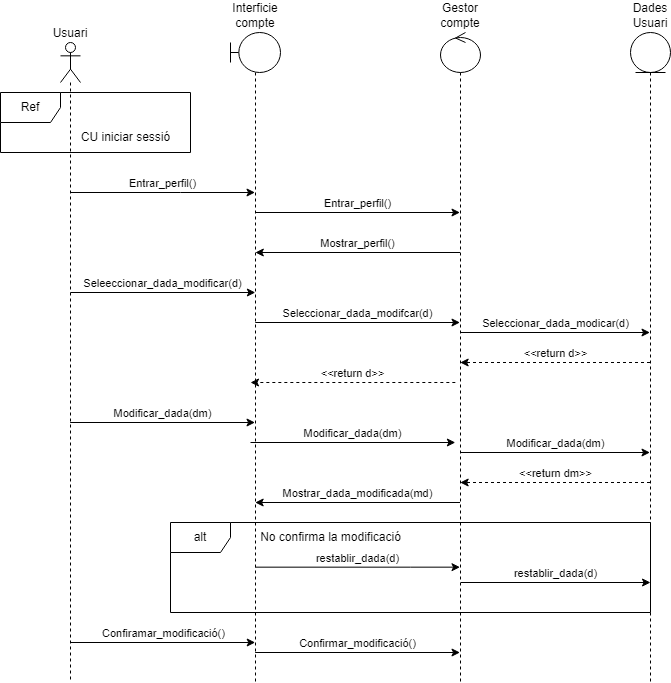
NotAlax/ES23UAB411-06 keeps this draw.io diagram as diagrames de seqüència/modifcar compte.png. Above is the earlier version. Source tidied: cells renumbered, new cells last; positions are measured from the earlier drawing's top-left corner, leaving out a move shared by most shapes. The source it was exported from:
```xml
<mxGraphModel>
  <root>
    <mxCell id="0" />
    <mxCell id="1" parent="0" />
    <mxCell id="2" value="Entrar_perfil()" style="edgeStyle=orthogonalEdgeStyle;rounded=0;jettySize=auto;html=1;curved=0;labelPosition=center;verticalLabelPosition=top;align=center;verticalAlign=bottom;" parent="1" edge="1" source="6" target="12">
      <mxGeometry relative="1" as="geometry">
        <Array as="points">
          <mxPoint x="180" y="160" />
          <mxPoint x="180" y="160" />
        </Array>
      </mxGeometry>
    </mxCell>
    <mxCell id="3" value="Seleeccionar_dada_modificar(d)" style="edgeStyle=orthogonalEdgeStyle;rounded=0;orthogonalLoop=1;jettySize=auto;html=1;curved=0;labelPosition=center;verticalLabelPosition=top;align=center;verticalAlign=bottom;" parent="1" edge="1">
      <mxGeometry relative="1" as="geometry">
        <mxPoint x="70" y="260" as="sourcePoint" />
        <mxPoint x="254.8" y="260" as="targetPoint" />
      </mxGeometry>
    </mxCell>
    <mxCell id="4" value="Modificar_dada(dm)" style="edgeStyle=orthogonalEdgeStyle;rounded=0;orthogonalLoop=1;jettySize=auto;html=1;curved=0;verticalAlign=bottom;" parent="1" edge="1">
      <mxGeometry relative="1" as="geometry">
        <mxPoint x="69.7" y="390" as="sourcePoint" />
        <mxPoint x="254.5" y="390" as="targetPoint" />
      </mxGeometry>
    </mxCell>
    <mxCell id="5" value="Confiramar_modificació()" style="edgeStyle=orthogonalEdgeStyle;rounded=0;orthogonalLoop=1;jettySize=auto;html=1;curved=0;verticalAlign=bottom;" parent="1" edge="1">
      <mxGeometry relative="1" as="geometry">
        <mxPoint x="70" y="610" as="sourcePoint" />
        <mxPoint x="254.7" y="610" as="targetPoint" />
      </mxGeometry>
    </mxCell>
    <mxCell id="6" value="Usuari" style="shape=umlLifeline;perimeter=lifelinePerimeter;whiteSpace=wrap;html=1;outlineConnect=0;portConstraint=eastwest;newEdgeStyle={&quot;curved&quot;:0,&quot;rounded&quot;:0};participant=umlActor;verticalAlign=bottom;horizontal=1;labelPosition=center;verticalLabelPosition=top;align=center;" parent="1" vertex="1">
      <mxGeometry x="60" y="10" width="20" height="640" as="geometry" />
    </mxCell>
    <mxCell id="7" value="Entrar_perfil()" style="edgeStyle=orthogonalEdgeStyle;rounded=0;orthogonalLoop=1;jettySize=auto;html=1;curved=0;verticalAlign=bottom;labelPosition=center;verticalLabelPosition=top;align=center;" parent="1" edge="1">
      <mxGeometry relative="1" as="geometry">
        <mxPoint x="254.8" y="180" as="sourcePoint" />
        <mxPoint x="459.5" y="180" as="targetPoint" />
      </mxGeometry>
    </mxCell>
    <mxCell id="8" value="Seleccionar_dada_modifcar(d)" style="edgeStyle=orthogonalEdgeStyle;rounded=0;orthogonalLoop=1;jettySize=auto;html=1;curved=0;verticalAlign=bottom;" parent="1" edge="1">
      <mxGeometry relative="1" as="geometry">
        <mxPoint x="254.8" y="290" as="sourcePoint" />
        <mxPoint x="459.5" y="290" as="targetPoint" />
      </mxGeometry>
    </mxCell>
    <mxCell id="9" value="Modificar_dada(dm)" style="edgeStyle=orthogonalEdgeStyle;rounded=0;orthogonalLoop=1;jettySize=auto;html=1;curved=0;verticalAlign=bottom;" parent="1" edge="1">
      <mxGeometry relative="1" as="geometry">
        <mxPoint x="250" y="410" as="sourcePoint" />
        <mxPoint x="454.8" y="410" as="targetPoint" />
      </mxGeometry>
    </mxCell>
    <mxCell id="10" value="Confirmar_modificació()" style="edgeStyle=orthogonalEdgeStyle;rounded=0;orthogonalLoop=1;jettySize=auto;html=1;curved=0;verticalAlign=bottom;" parent="1" edge="1">
      <mxGeometry relative="1" as="geometry">
        <mxPoint x="254.7" y="620" as="sourcePoint" />
        <mxPoint x="459.5" y="620" as="targetPoint" />
      </mxGeometry>
    </mxCell>
    <mxCell id="11" value="restablir_dada(d)" style="edgeStyle=orthogonalEdgeStyle;rounded=0;orthogonalLoop=1;jettySize=auto;html=1;curved=0;verticalAlign=bottom;" parent="1" edge="1">
      <mxGeometry relative="1" as="geometry">
        <mxPoint x="254.8" y="534.7" as="sourcePoint" />
        <mxPoint x="459.5" y="534.7" as="targetPoint" />
        <Array as="points">
          <mxPoint x="410" y="534.7" />
          <mxPoint x="410" y="534.7" />
        </Array>
      </mxGeometry>
    </mxCell>
    <mxCell id="12" value="Interficie compte" style="shape=umlLifeline;perimeter=lifelinePerimeter;whiteSpace=wrap;html=1;outlineConnect=0;portConstraint=eastwest;newEdgeStyle={&quot;curved&quot;:0,&quot;rounded&quot;:0};participant=umlBoundary;verticalAlign=bottom;labelPosition=center;verticalLabelPosition=top;align=center;" parent="1" vertex="1">
      <mxGeometry x="230" width="50" height="650" as="geometry" />
    </mxCell>
    <mxCell id="13" value="&amp;lt;&amp;lt;return d&amp;gt;&amp;gt;" style="edgeStyle=orthogonalEdgeStyle;rounded=0;orthogonalLoop=1;jettySize=auto;html=1;curved=0;dashed=1;verticalAlign=bottom;" parent="1" edge="1">
      <mxGeometry relative="1" as="geometry">
        <mxPoint x="649.5" y="330" as="sourcePoint" />
        <mxPoint x="459.7" y="330" as="targetPoint" />
      </mxGeometry>
    </mxCell>
    <mxCell id="14" value="&amp;lt;&amp;lt;return dm&amp;gt;&amp;gt;" style="edgeStyle=orthogonalEdgeStyle;rounded=0;orthogonalLoop=1;jettySize=auto;html=1;curved=0;verticalAlign=bottom;dashed=1;" parent="1" edge="1">
      <mxGeometry relative="1" as="geometry">
        <mxPoint x="649.5" y="450" as="sourcePoint" />
        <mxPoint x="459.7" y="450" as="targetPoint" />
      </mxGeometry>
    </mxCell>
    <mxCell id="15" value="Dades Usuari" style="shape=umlLifeline;perimeter=lifelinePerimeter;whiteSpace=wrap;html=1;newEdgeStyle={&quot;curved&quot;:0,&quot;rounded&quot;:0};participant=umlEntity;labelPosition=center;verticalLabelPosition=top;align=center;verticalAlign=bottom;" parent="1" vertex="1">
      <mxGeometry x="630" width="40" height="650" as="geometry" />
    </mxCell>
    <mxCell id="16" value="Mostrar_perfil()" style="edgeStyle=orthogonalEdgeStyle;rounded=0;orthogonalLoop=1;jettySize=auto;html=1;curved=0;verticalAlign=bottom;" parent="1" edge="1">
      <mxGeometry relative="1" as="geometry">
        <mxPoint x="459.5" y="220" as="sourcePoint" />
        <mxPoint x="254.8" y="220" as="targetPoint" />
      </mxGeometry>
    </mxCell>
    <mxCell id="17" value="Seleccionar_dada_modicar(d)" style="edgeStyle=orthogonalEdgeStyle;rounded=0;orthogonalLoop=1;jettySize=auto;html=1;curved=0;verticalAlign=bottom;" parent="1" edge="1">
      <mxGeometry relative="1" as="geometry">
        <mxPoint x="459.7" y="300" as="sourcePoint" />
        <mxPoint x="649.5" y="300" as="targetPoint" />
      </mxGeometry>
    </mxCell>
    <mxCell id="18" value="&amp;lt;&amp;lt;return d&amp;gt;&amp;gt;" style="edgeStyle=orthogonalEdgeStyle;rounded=0;orthogonalLoop=1;jettySize=auto;html=1;curved=0;verticalAlign=bottom;dashed=1;" parent="1" edge="1">
      <mxGeometry relative="1" as="geometry">
        <mxPoint x="454.8" y="350" as="sourcePoint" />
        <mxPoint x="250" y="350" as="targetPoint" />
      </mxGeometry>
    </mxCell>
    <mxCell id="19" value="Modificar_dada(dm)" style="edgeStyle=orthogonalEdgeStyle;rounded=0;orthogonalLoop=1;jettySize=auto;html=1;curved=0;verticalAlign=bottom;" parent="1" edge="1">
      <mxGeometry relative="1" as="geometry">
        <mxPoint x="459.7" y="420" as="sourcePoint" />
        <mxPoint x="649.5" y="420" as="targetPoint" />
      </mxGeometry>
    </mxCell>
    <mxCell id="20" value="Mostrar_dada_modificada(md)" style="edgeStyle=orthogonalEdgeStyle;rounded=0;orthogonalLoop=1;jettySize=auto;html=1;curved=0;verticalAlign=bottom;" parent="1" edge="1">
      <mxGeometry relative="1" as="geometry">
        <mxPoint x="459.5" y="470" as="sourcePoint" />
        <mxPoint x="254.7" y="470" as="targetPoint" />
      </mxGeometry>
    </mxCell>
    <mxCell id="21" value="restablir_dada(d)" style="edgeStyle=orthogonalEdgeStyle;rounded=0;orthogonalLoop=1;jettySize=auto;html=1;curved=0;verticalAlign=bottom;" parent="1" edge="1">
      <mxGeometry relative="1" as="geometry">
        <mxPoint x="460.3" y="550" as="sourcePoint" />
        <mxPoint x="650" y="550" as="targetPoint" />
      </mxGeometry>
    </mxCell>
    <mxCell id="22" value="Gestor compte" style="shape=umlLifeline;perimeter=lifelinePerimeter;whiteSpace=wrap;html=1;newEdgeStyle={&quot;curved&quot;:0,&quot;rounded&quot;:0};participant=umlControl;labelPosition=center;verticalLabelPosition=top;align=center;verticalAlign=bottom;" parent="1" vertex="1">
      <mxGeometry x="440" width="40" height="650" as="geometry" />
    </mxCell>
    <mxCell id="23" value="Ref" style="shape=umlFrame;whiteSpace=wrap;html=1;" parent="1" vertex="1">
      <mxGeometry y="60" width="190" height="60" as="geometry" />
    </mxCell>
    <mxCell id="24" value="CU iniciar sessió" style="text;html=1;align=center;verticalAlign=middle;strokeColor=none;fillColor=none;" parent="1" vertex="1">
      <mxGeometry x="70" y="90" width="110" height="30" as="geometry" />
    </mxCell>
    <mxCell id="25" value="alt" style="shape=umlFrame;whiteSpace=wrap;html=1;" parent="1" vertex="1">
      <mxGeometry x="170" y="490" width="480" height="90" as="geometry" />
    </mxCell>
    <mxCell id="26" value="No confirma la modificació" style="text;html=1;align=center;verticalAlign=middle;strokeColor=none;fillColor=none;" parent="1" vertex="1">
      <mxGeometry x="250" y="490" width="160" height="30" as="geometry" />
    </mxCell>
  </root>
</mxGraphModel>
```
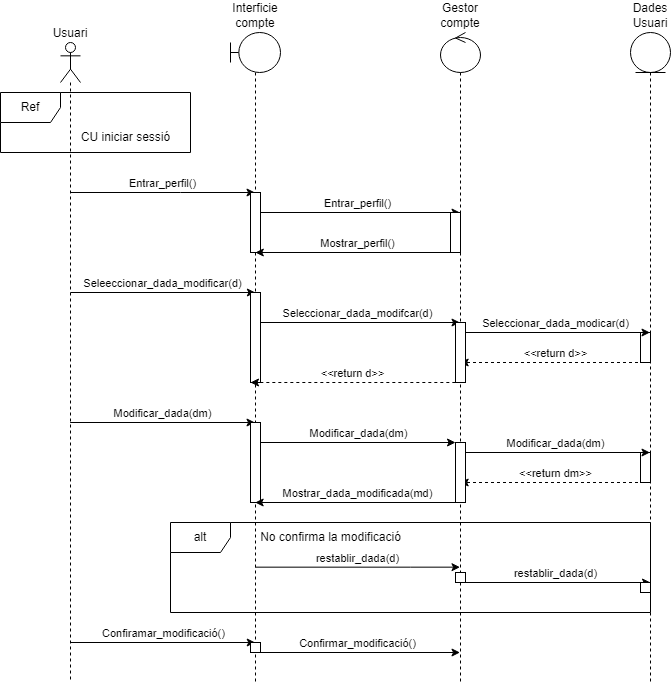
After the commit.

The edit, as a diff of the source:
```diff
@@ -45,8 +45,8 @@
     </mxCell>
     <mxCell id="9" value="Modificar_dada(dm)" style="edgeStyle=orthogonalEdgeStyle;rounded=0;orthogonalLoop=1;jettySize=auto;html=1;curved=0;verticalAlign=bottom;" parent="1" edge="1">
       <mxGeometry relative="1" as="geometry">
-        <mxPoint x="250" y="410" as="sourcePoint" />
-        <mxPoint x="454.8" y="410" as="targetPoint" />
+        <mxPoint x="260" y="410" as="sourcePoint" />
+        <mxPoint x="455" y="410" as="targetPoint" />
       </mxGeometry>
     </mxCell>
     <mxCell id="10" value="Confirmar_modificació()" style="edgeStyle=orthogonalEdgeStyle;rounded=0;orthogonalLoop=1;jettySize=auto;html=1;curved=0;verticalAlign=bottom;" parent="1" edge="1">
@@ -68,6 +68,18 @@
     <mxCell id="12" value="Interficie compte" style="shape=umlLifeline;perimeter=lifelinePerimeter;whiteSpace=wrap;html=1;outlineConnect=0;portConstraint=eastwest;newEdgeStyle={&quot;curved&quot;:0,&quot;rounded&quot;:0};participant=umlBoundary;verticalAlign=bottom;labelPosition=center;verticalLabelPosition=top;align=center;" parent="1" vertex="1">
       <mxGeometry x="230" width="50" height="650" as="geometry" />
     </mxCell>
+    <mxCell id="27" style="html=1;perimeter=orthogonalPerimeter;targetShapes=umlLifeline;newEdgeStyle={&quot;curved&quot;:0,&quot;rounded&quot;:0};" parent="12" vertex="1">
+      <mxGeometry x="20" y="160" width="10" height="60" as="geometry" />
+    </mxCell>
+    <mxCell id="28" style="html=1;perimeter=orthogonalPerimeter;targetShapes=umlLifeline;newEdgeStyle={&quot;curved&quot;:0,&quot;rounded&quot;:0};" parent="12" vertex="1">
+      <mxGeometry x="20" y="260" width="10" height="90" as="geometry" />
+    </mxCell>
+    <mxCell id="29" style="html=1;perimeter=orthogonalPerimeter;targetShapes=umlLifeline;newEdgeStyle={&quot;curved&quot;:0,&quot;rounded&quot;:0};" parent="12" vertex="1">
+      <mxGeometry x="20" y="390" width="10" height="80" as="geometry" />
+    </mxCell>
+    <mxCell id="30" style="html=1;perimeter=orthogonalPerimeter;targetShapes=umlLifeline;newEdgeStyle={&quot;curved&quot;:0,&quot;rounded&quot;:0};" parent="12" vertex="1">
+      <mxGeometry x="20" y="610" width="10" height="10" as="geometry" />
+    </mxCell>
     <mxCell id="13" value="&amp;lt;&amp;lt;return d&amp;gt;&amp;gt;" style="edgeStyle=orthogonalEdgeStyle;rounded=0;orthogonalLoop=1;jettySize=auto;html=1;curved=0;dashed=1;verticalAlign=bottom;" parent="1" edge="1">
       <mxGeometry relative="1" as="geometry">
         <mxPoint x="649.5" y="330" as="sourcePoint" />
@@ -83,6 +95,12 @@
     <mxCell id="15" value="Dades Usuari" style="shape=umlLifeline;perimeter=lifelinePerimeter;whiteSpace=wrap;html=1;newEdgeStyle={&quot;curved&quot;:0,&quot;rounded&quot;:0};participant=umlEntity;labelPosition=center;verticalLabelPosition=top;align=center;verticalAlign=bottom;" parent="1" vertex="1">
       <mxGeometry x="630" width="40" height="650" as="geometry" />
     </mxCell>
+    <mxCell id="31" style="html=1;perimeter=orthogonalPerimeter;targetShapes=umlLifeline;newEdgeStyle={&quot;curved&quot;:0,&quot;rounded&quot;:0};" parent="15" vertex="1">
+      <mxGeometry x="10" y="300" width="10" height="30" as="geometry" />
+    </mxCell>
+    <mxCell id="32" style="html=1;perimeter=orthogonalPerimeter;targetShapes=umlLifeline;newEdgeStyle={&quot;curved&quot;:0,&quot;rounded&quot;:0};" parent="15" vertex="1">
+      <mxGeometry x="10" y="420" width="10" height="30" as="geometry" />
+    </mxCell>
     <mxCell id="16" value="Mostrar_perfil()" style="edgeStyle=orthogonalEdgeStyle;rounded=0;orthogonalLoop=1;jettySize=auto;html=1;curved=0;verticalAlign=bottom;" parent="1" edge="1">
       <mxGeometry relative="1" as="geometry">
         <mxPoint x="459.5" y="220" as="sourcePoint" />
@@ -122,6 +140,18 @@
     <mxCell id="22" value="Gestor compte" style="shape=umlLifeline;perimeter=lifelinePerimeter;whiteSpace=wrap;html=1;newEdgeStyle={&quot;curved&quot;:0,&quot;rounded&quot;:0};participant=umlControl;labelPosition=center;verticalLabelPosition=top;align=center;verticalAlign=bottom;" parent="1" vertex="1">
       <mxGeometry x="440" width="40" height="650" as="geometry" />
     </mxCell>
+    <mxCell id="33" style="html=1;perimeter=orthogonalPerimeter;targetShapes=umlLifeline;newEdgeStyle={&quot;curved&quot;:0,&quot;rounded&quot;:0};" parent="22" vertex="1">
+      <mxGeometry x="10" y="180" width="10" height="40" as="geometry" />
+    </mxCell>
+    <mxCell id="34" style="html=1;perimeter=orthogonalPerimeter;targetShapes=umlLifeline;newEdgeStyle={&quot;curved&quot;:0,&quot;rounded&quot;:0};" parent="22" vertex="1">
+      <mxGeometry x="15" y="290" width="10" height="60" as="geometry" />
+    </mxCell>
+    <mxCell id="35" style="html=1;perimeter=orthogonalPerimeter;targetShapes=umlLifeline;newEdgeStyle={&quot;curved&quot;:0,&quot;rounded&quot;:0};" parent="22" vertex="1">
+      <mxGeometry x="15" y="410" width="10" height="60" as="geometry" />
+    </mxCell>
+    <mxCell id="36" style="html=1;perimeter=orthogonalPerimeter;targetShapes=umlLifeline;newEdgeStyle={&quot;curved&quot;:0,&quot;rounded&quot;:0};" parent="22" vertex="1">
+      <mxGeometry x="15" y="540" width="10" height="10" as="geometry" />
+    </mxCell>
     <mxCell id="23" value="Ref" style="shape=umlFrame;whiteSpace=wrap;html=1;" parent="1" vertex="1">
       <mxGeometry y="60" width="190" height="60" as="geometry" />
     </mxCell>
@@ -134,5 +164,8 @@
     <mxCell id="26" value="No confirma la modificació" style="text;html=1;align=center;verticalAlign=middle;strokeColor=none;fillColor=none;" parent="1" vertex="1">
       <mxGeometry x="250" y="490" width="160" height="30" as="geometry" />
     </mxCell>
+    <mxCell id="37" style="html=1;perimeter=orthogonalPerimeter;targetShapes=umlLifeline;newEdgeStyle={&quot;curved&quot;:0,&quot;rounded&quot;:0};" parent="1" vertex="1">
+      <mxGeometry x="640" y="550" width="10" height="10" as="geometry" />
+    </mxCell>
   </root>
 </mxGraphModel>
```
